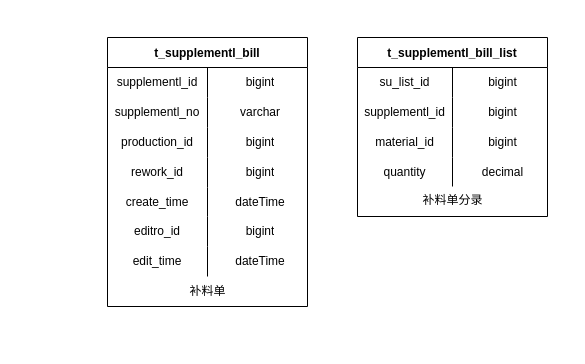
Before: page "补料单管理" (4 of 5) of 数据表.drawio in KNAI-I/test, a draw.io diagram. Source tidied: cells renumbered, new cells numbered last; positions are measured from the earlier drawing's top-left corner, leaving out a move shared by most shapes. Both pictures are drawn from the tidied source at 100%, with x=0, y=0 at pixel (107, 37).
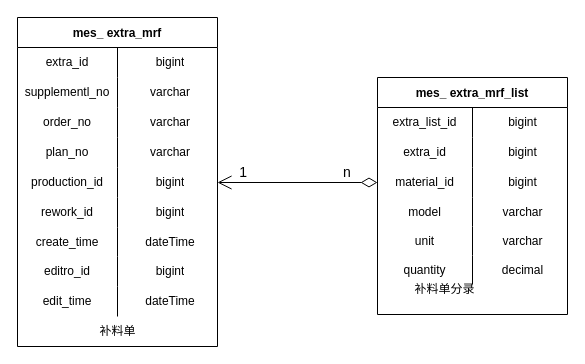
The same diagram, later.

The change refers to these unchanged cells:
```xml
<mxCell id="3" style="shape=tableRow;horizontal=0;startSize=0;swimlaneHead=0;swimlaneBody=0;top=0;left=0;bottom=0;right=0;fillColor=none;" parent="2" vertex="1">
  <mxGeometry y="30" width="200" height="30" as="geometry" />
</mxCell>
<mxCell id="26" style="shape=tableRow;horizontal=0;startSize=0;swimlaneHead=0;swimlaneBody=0;top=0;left=0;bottom=0;right=0;fillColor=none;" parent="25" vertex="1">
  <mxGeometry y="30" width="190" height="30" as="geometry" />
</mxCell>
<mxCell id="29" style="shape=tableRow;horizontal=0;startSize=0;swimlaneHead=0;swimlaneBody=0;top=0;left=0;bottom=0;right=0;fillColor=none;" parent="25" vertex="1">
  <mxGeometry y="60" width="190" height="30" as="geometry" />
</mxCell>
<mxCell id="32" style="shape=tableRow;horizontal=0;startSize=0;swimlaneHead=0;swimlaneBody=0;top=0;left=0;bottom=0;right=0;fillColor=none;points=[[0,0.5],[1,0.5]];portConstraint=eastwest;" parent="25" vertex="1">
  <mxGeometry y="90" width="190" height="30" as="geometry" />
</mxCell>
```

The edit, as a diff of the source:
```diff
@@
-    <mxCell id="2" value="t_supplementl_bill" style="shape=table;startSize=30;childLayout=tableLayout;rowLines=0;fontStyle=1;" parent="1" vertex="1">
-      <mxGeometry width="200" height="269" as="geometry" />
+    <mxCell id="2" value="mes_ extra_mrf" style="shape=table;startSize=30;childLayout=tableLayout;rowLines=0;fontStyle=1;" parent="1" vertex="1">
+      <mxGeometry x="-90" y="-20" width="200" height="329" as="geometry" />
     </mxCell>
@@
-    <mxCell id="4" value="supplementl_id" style="shape=partialRectangle;html=1;whiteSpace=wrap;fillColor=none;top=0;left=0;bottom=0;right=0;overflow=hidden;" parent="3" vertex="1">
+    <mxCell id="4" value="extra_id" style="shape=partialRectangle;html=1;whiteSpace=wrap;fillColor=none;top=0;left=0;bottom=0;right=0;overflow=hidden;" parent="3" vertex="1">
       <mxGeometry width="100" height="30" as="geometry" />
     </mxCell>
@@
+    <mxCell id="39" style="shape=tableRow;horizontal=0;startSize=0;swimlaneHead=0;swimlaneBody=0;top=0;left=0;bottom=0;right=0;fillColor=none;" parent="2" vertex="1">
+      <mxGeometry y="90" width="200" height="30" as="geometry" />
+    </mxCell>
+    <mxCell id="40" value="order_no" style="shape=partialRectangle;html=1;whiteSpace=wrap;fillColor=none;top=0;left=0;bottom=0;right=0;overflow=hidden;" parent="39" vertex="1">
+      <mxGeometry width="100" height="30" as="geometry" />
+    </mxCell>
+    <mxCell id="41" value="varchar" style="shape=partialRectangle;html=1;whiteSpace=wrap;fillColor=none;top=0;left=0;bottom=0;right=0;align=center;spacingLeft=6;overflow=hidden;" parent="39" vertex="1">
+      <mxGeometry x="100" width="100" height="30" as="geometry" />
+    </mxCell>
+    <mxCell id="42" style="shape=tableRow;horizontal=0;startSize=0;swimlaneHead=0;swimlaneBody=0;top=0;left=0;bottom=0;right=0;fillColor=none;" parent="2" vertex="1">
+      <mxGeometry y="120" width="200" height="30" as="geometry" />
+    </mxCell>
+    <mxCell id="43" value="plan_no" style="shape=partialRectangle;html=1;whiteSpace=wrap;fillColor=none;top=0;left=0;bottom=0;right=0;overflow=hidden;" parent="42" vertex="1">
+      <mxGeometry width="100" height="30" as="geometry" />
+    </mxCell>
+    <mxCell id="44" value="varchar" style="shape=partialRectangle;html=1;whiteSpace=wrap;fillColor=none;top=0;left=0;bottom=0;right=0;align=center;spacingLeft=6;overflow=hidden;" parent="42" vertex="1">
+      <mxGeometry x="100" width="100" height="30" as="geometry" />
+    </mxCell>
     <mxCell id="9" style="shape=tableRow;horizontal=0;startSize=0;swimlaneHead=0;swimlaneBody=0;top=0;left=0;bottom=0;right=0;fillColor=none;points=[[0,0.5],[1,0.5]];portConstraint=eastwest;" parent="2" vertex="1">
-      <mxGeometry y="90" width="200" height="30" as="geometry" />
+      <mxGeometry y="150" width="200" height="30" as="geometry" />
     </mxCell>
@@
     <mxCell id="12" style="shape=tableRow;horizontal=0;startSize=0;swimlaneHead=0;swimlaneBody=0;top=0;left=0;bottom=0;right=0;fillColor=none;" parent="2" vertex="1">
-      <mxGeometry y="120" width="200" height="30" as="geometry" />
+      <mxGeometry y="180" width="200" height="30" as="geometry" />
     </mxCell>
@@
     <mxCell id="15" style="shape=tableRow;horizontal=0;startSize=0;swimlaneHead=0;swimlaneBody=0;top=0;left=0;bottom=0;right=0;fillColor=none;" parent="2" vertex="1">
-      <mxGeometry y="150" width="200" height="29" as="geometry" />
+      <mxGeometry y="210" width="200" height="29" as="geometry" />
     </mxCell>
@@
     <mxCell id="18" style="shape=tableRow;horizontal=0;startSize=0;swimlaneHead=0;swimlaneBody=0;top=0;left=0;bottom=0;right=0;fillColor=none;" parent="2" vertex="1">
-      <mxGeometry y="179" width="200" height="30" as="geometry" />
+      <mxGeometry y="239" width="200" height="30" as="geometry" />
     </mxCell>
@@
     <mxCell id="21" style="shape=tableRow;horizontal=0;startSize=0;swimlaneHead=0;swimlaneBody=0;top=0;left=0;bottom=0;right=0;fillColor=none;" parent="2" vertex="1">
-      <mxGeometry y="209" width="200" height="30" as="geometry" />
+      <mxGeometry y="269" width="200" height="30" as="geometry" />
     </mxCell>
@@
     <mxCell id="24" value="补料单" style="text;html=1;align=center;verticalAlign=middle;strokeColor=none;fillColor=none;" parent="1" vertex="1">
-      <mxGeometry x="70" y="239" width="60" height="30" as="geometry" />
+      <mxGeometry x="-20" y="279" width="60" height="30" as="geometry" />
     </mxCell>
-    <mxCell id="25" value="t_supplementl_bill_list" style="shape=table;startSize=30;childLayout=tableLayout;rowLines=0;fontStyle=1;" parent="1" vertex="1">
-      <mxGeometry x="250" width="190" height="179" as="geometry" />
+    <mxCell id="25" value="mes_ extra_mrf_list" style="shape=table;startSize=30;childLayout=tableLayout;rowLines=0;fontStyle=1;" parent="1" vertex="1">
+      <mxGeometry x="270" y="40" width="190" height="237" as="geometry" />
     </mxCell>
@@
-    <mxCell id="27" value="su_list_id" style="shape=partialRectangle;html=1;whiteSpace=wrap;fillColor=none;top=0;left=0;bottom=0;right=0;overflow=hidden;" parent="26" vertex="1">
+    <mxCell id="27" value="extra_list_id" style="shape=partialRectangle;html=1;whiteSpace=wrap;fillColor=none;top=0;left=0;bottom=0;right=0;overflow=hidden;" parent="26" vertex="1">
       <mxGeometry width="95" height="30" as="geometry" />
     </mxCell>
@@
-    <mxCell id="30" value="supplementl_id" style="shape=partialRectangle;html=1;whiteSpace=wrap;fillColor=none;top=0;left=0;bottom=0;right=0;overflow=hidden;" parent="29" vertex="1">
+    <mxCell id="30" value="extra_id" style="shape=partialRectangle;html=1;whiteSpace=wrap;fillColor=none;top=0;left=0;bottom=0;right=0;overflow=hidden;" parent="29" vertex="1">
       <mxGeometry width="95" height="30" as="geometry" />
     </mxCell>
@@
+    <mxCell id="45" style="shape=tableRow;horizontal=0;startSize=0;swimlaneHead=0;swimlaneBody=0;top=0;left=0;bottom=0;right=0;fillColor=none;" parent="25" vertex="1">
+      <mxGeometry y="120" width="190" height="29" as="geometry" />
+    </mxCell>
+    <mxCell id="46" value="model" style="shape=partialRectangle;html=1;whiteSpace=wrap;fillColor=none;top=0;left=0;bottom=0;right=0;overflow=hidden;" parent="45" vertex="1">
+      <mxGeometry width="95" height="29" as="geometry" />
+    </mxCell>
+    <mxCell id="47" value="varchar" style="shape=partialRectangle;html=1;whiteSpace=wrap;fillColor=none;top=0;left=0;bottom=0;right=0;align=center;spacingLeft=6;overflow=hidden;" parent="45" vertex="1">
+      <mxGeometry x="95" width="95" height="29" as="geometry" />
+    </mxCell>
+    <mxCell id="48" style="shape=tableRow;horizontal=0;startSize=0;swimlaneHead=0;swimlaneBody=0;top=0;left=0;bottom=0;right=0;fillColor=none;" parent="25" vertex="1">
+      <mxGeometry y="149" width="190" height="29" as="geometry" />
+    </mxCell>
+    <mxCell id="49" value="unit" style="shape=partialRectangle;html=1;whiteSpace=wrap;fillColor=none;top=0;left=0;bottom=0;right=0;overflow=hidden;" parent="48" vertex="1">
+      <mxGeometry width="95" height="29" as="geometry" />
+    </mxCell>
+    <mxCell id="50" value="varchar" style="shape=partialRectangle;html=1;whiteSpace=wrap;fillColor=none;top=0;left=0;bottom=0;right=0;align=center;spacingLeft=6;overflow=hidden;" parent="48" vertex="1">
+      <mxGeometry x="95" width="95" height="29" as="geometry" />
+    </mxCell>
     <mxCell id="35" style="shape=tableRow;horizontal=0;startSize=0;swimlaneHead=0;swimlaneBody=0;top=0;left=0;bottom=0;right=0;fillColor=none;" parent="25" vertex="1">
-      <mxGeometry y="120" width="190" height="29" as="geometry" />
+      <mxGeometry y="178" width="190" height="29" as="geometry" />
     </mxCell>
@@
     <mxCell id="38" value="补料单分录" style="text;html=1;align=center;verticalAlign=middle;strokeColor=none;fillColor=none;" parent="1" vertex="1">
-      <mxGeometry x="305" y="148" width="80" height="30" as="geometry" />
+      <mxGeometry x="297" y="237" width="80" height="30" as="geometry" />
     </mxCell>
+    <mxCell id="51" style="endArrow=open;html=1;endSize=12;startArrow=diamondThin;startSize=14;startFill=0;edgeStyle=orthogonalEdgeStyle;rounded=0;fontSize=14;entryX=1;entryY=0.5;entryDx=0;entryDy=0;exitX=0;exitY=0.5;exitDx=0;exitDy=0;" parent="1" edge="1" source="32" target="9">
+      <mxGeometry relative="1" as="geometry" />
+    </mxCell>
+    <mxCell id="52" value="n" style="edgeLabel;html=1;align=left;verticalAlign=top;fontSize=14;" parent="51" vertex="1">
+      <mxGeometry x="-1" relative="1" as="geometry">
+        <mxPoint x="-36" y="-25" as="offset" />
+      </mxGeometry>
+    </mxCell>
+    <mxCell id="53" value="1" style="edgeLabel;html=1;align=right;verticalAlign=top;fontSize=14;" parent="51" vertex="1">
+      <mxGeometry x="1" relative="1" as="geometry">
+        <mxPoint x="30" y="-25" as="offset" />
+      </mxGeometry>
+    </mxCell>
```
